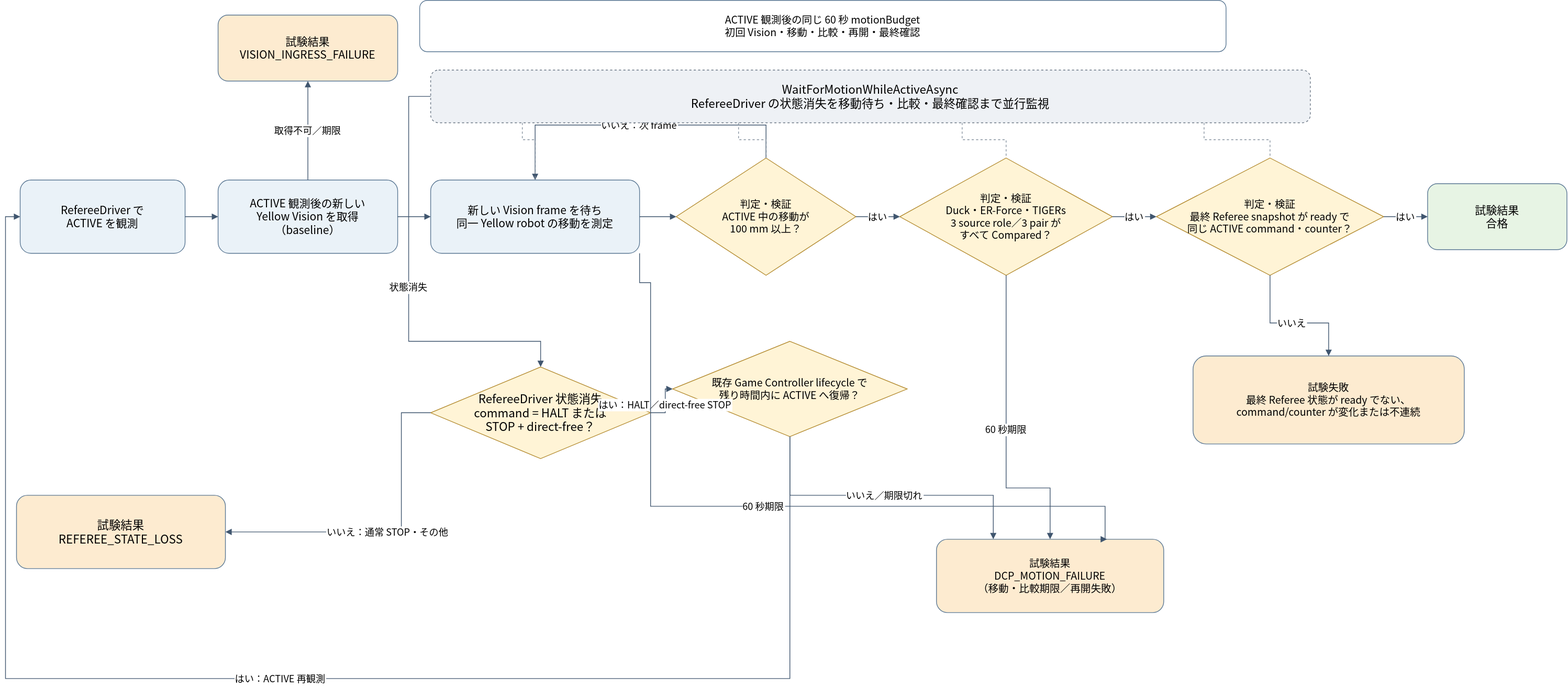
The draw.io diagram skills/design-doc-maintainer/references/design-document-flow-detail.dio.svg in ssaattww/CodexSkill, before a commit. Source tidied: cells renumbered, new cells last; positions are measured from the earlier drawing's top-left corner, leaving out a move shared by most shapes.
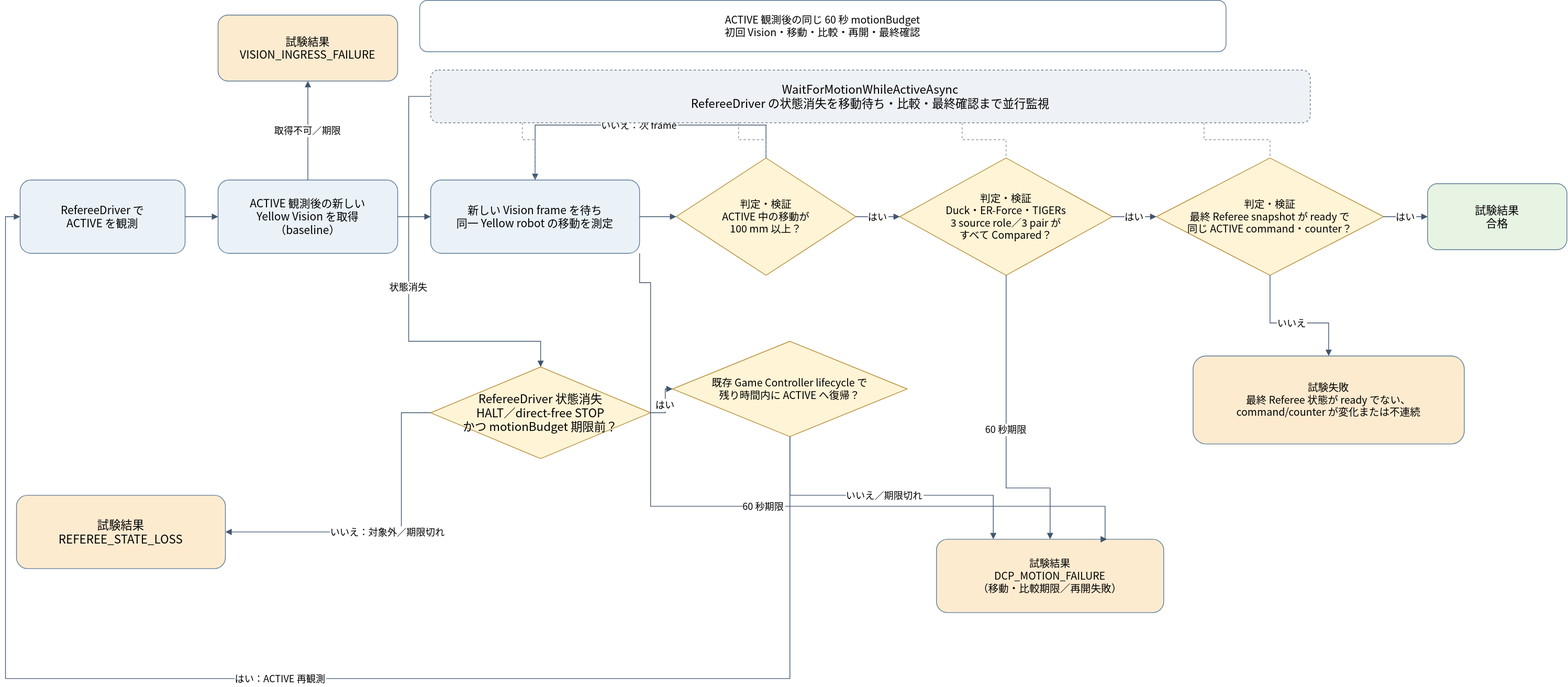
Above is the later version.

Commit message:
状態喪失の期限前再開判定を明記

Diff of the diagram source:
```diff
@@ -29,7 +29,7 @@
     <mxCell id="10" value="試験結果&#10;合格" style="rounded=1;whiteSpace=wrap;html=0;convertToSvg=1;fillColor=#E7F4E4;strokeColor=#5B7894;fontSize=15;fontFamily=Noto Sans CJK JP;" parent="1" vertex="1">
       <mxGeometry x="1940" y="250" width="190" height="90" as="geometry" />
     </mxCell>
-    <mxCell id="11" value="RefereeDriver 状態消失&#10;command = HALT または&#10;STOP + direct-free？" style="rhombus;whiteSpace=wrap;html=0;convertToSvg=1;fillColor=#FFF4D6;strokeColor=#B48B30;fontSize=16;fontFamily=Noto Sans CJK JP;" parent="1" vertex="1">
+    <mxCell id="11" value="RefereeDriver 状態消失&#10;HALT／direct-free STOP&#10;かつ motionBudget 期限前？" style="rhombus;whiteSpace=wrap;html=0;convertToSvg=1;fillColor=#FFF4D6;strokeColor=#B48B30;fontSize=16;fontFamily=Noto Sans CJK JP;" parent="1" vertex="1">
       <mxGeometry x="580" y="500" width="300" height="125" as="geometry" />
     </mxCell>
     <mxCell id="12" value="既存 Game Controller lifecycle で&#10;残り時間内に ACTIVE へ復帰？" style="rhombus;whiteSpace=wrap;html=0;convertToSvg=1;fillColor=#FFF4D6;strokeColor=#B48B30;fontSize=14;fontFamily=Noto Sans CJK JP;" parent="1" vertex="1">
@@ -84,7 +84,7 @@
         </Array>
       </mxGeometry>
     </mxCell>
-    <mxCell id="25" value="はい：HALT／direct-free STOP" style="edgeStyle=orthogonalEdgeStyle;rounded=0;jettySize=auto;html=0;convertToSvg=1;endArrow=block;strokeColor=#40566f;fontSize=13;fontFamily=Noto Sans CJK JP;exitX=1;exitY=0.5;entryX=0;entryY=0.5;" parent="1" edge="1" source="11" target="12">
+    <mxCell id="25" value="はい" style="edgeStyle=orthogonalEdgeStyle;rounded=0;jettySize=auto;html=0;convertToSvg=1;endArrow=block;strokeColor=#40566f;fontSize=13;fontFamily=Noto Sans CJK JP;exitX=1;exitY=0.5;entryX=0;entryY=0.5;" parent="1" edge="1" source="11" target="12">
       <mxGeometry relative="1" as="geometry" />
     </mxCell>
     <mxCell id="26" value="いいえ／期限切れ" style="edgeStyle=orthogonalEdgeStyle;rounded=0;jettySize=auto;html=0;convertToSvg=1;endArrow=block;strokeColor=#40566f;fontSize=13;fontFamily=Noto Sans CJK JP;exitX=0.5;exitY=1;entryX=0.25;entryY=0;" parent="1" edge="1" source="12" target="13">
@@ -153,7 +153,7 @@
         </Array>
       </mxGeometry>
     </mxCell>
-    <mxCell id="35" value="いいえ：通常 STOP・その他" style="edgeStyle=orthogonalEdgeStyle;rounded=0;jettySize=auto;html=0;convertToSvg=1;endArrow=block;strokeColor=#40566f;fontSize=13;fontFamily=Noto Sans CJK JP;exitX=0;exitY=0.5;entryX=1;entryY=0.5;" parent="1" edge="1" source="11" target="36">
+    <mxCell id="35" value="いいえ：対象外／期限切れ" style="edgeStyle=orthogonalEdgeStyle;rounded=0;jettySize=auto;html=0;convertToSvg=1;endArrow=block;strokeColor=#40566f;fontSize=13;fontFamily=Noto Sans CJK JP;exitX=0;exitY=0.5;entryX=1;entryY=0.5;" parent="1" edge="1" source="11" target="36">
       <mxGeometry relative="1" as="geometry">
         <Array as="points">
           <mxPoint x="540" y="562" />
```
